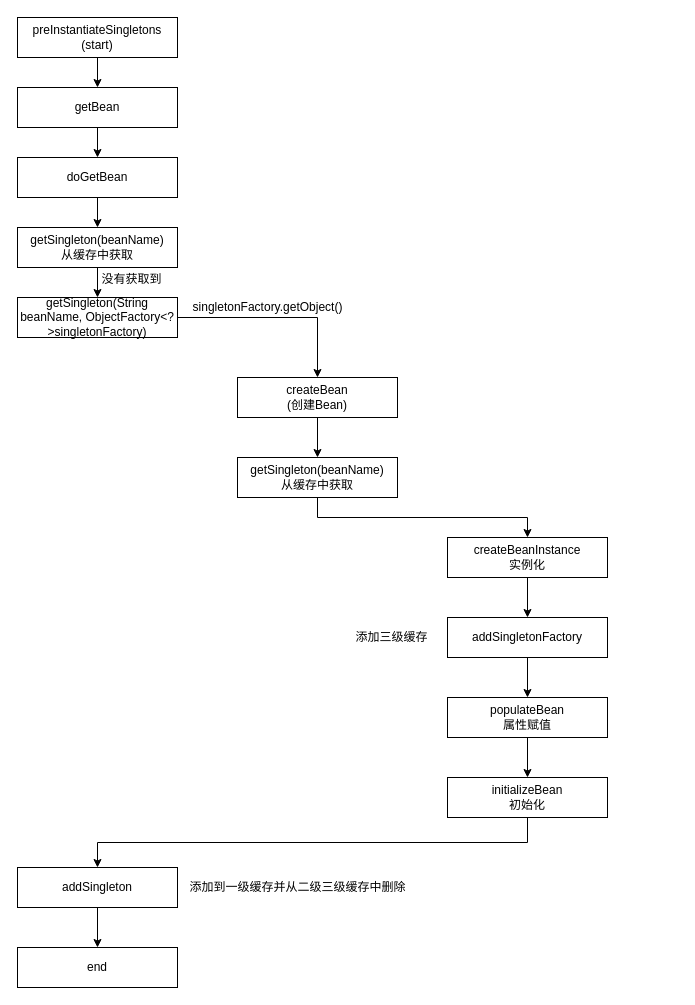
This is page "bean创建过程" (1 of 6) of spring三级缓存.drawio from BlueSodaWater/diagrams, a draw.io file, before an edit. Source tidied: cells renumbered, new cells numbered last; positions are measured from the earlier drawing's top-left corner, leaving out a move shared by most shapes. Both pictures are drawn from the tidied source at 100%, with x=0, y=0 at pixel (17, 17).
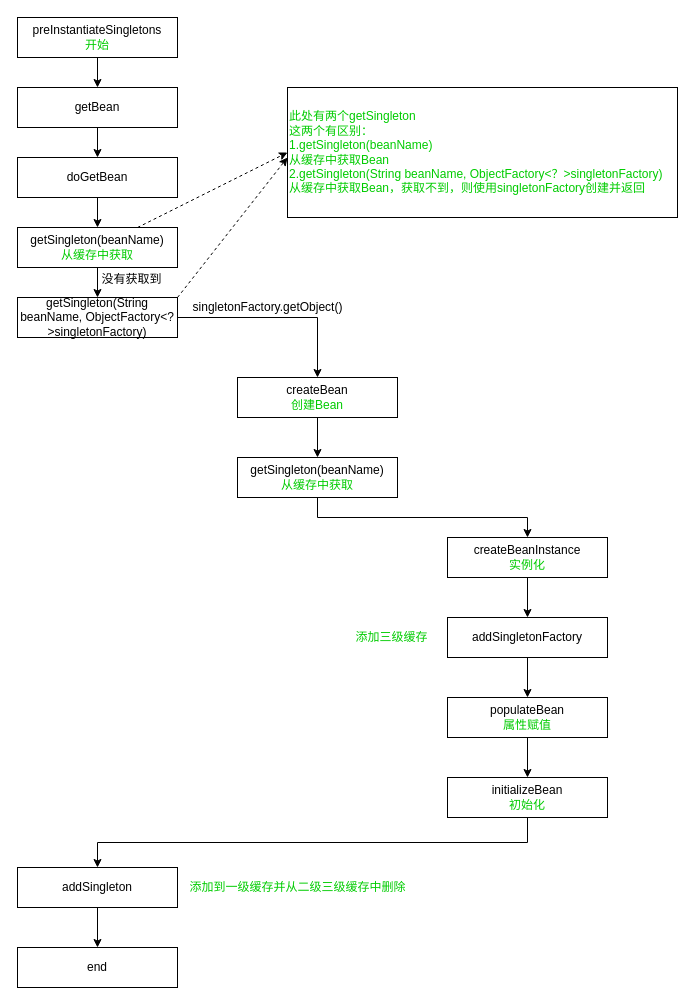
Above is the later version.

The change refers to these unchanged cells:
```xml
<mxCell id="11" value="getSingleton(String beanName, ObjectFactory&amp;lt;?&amp;gt;singletonFactory)" style="rounded=0;whiteSpace=wrap;html=1;" parent="1" vertex="1">
  <mxGeometry y="280" width="160" height="40" as="geometry" />
</mxCell>
```

Diff of the diagram source:
```diff
@@
-    <mxCell id="3" value="preInstantiateSingletons&lt;br&gt;(start)" style="rounded=0;whiteSpace=wrap;html=1;" parent="1" vertex="1">
+    <mxCell id="3" value="preInstantiateSingletons&lt;br&gt;&lt;font color=&quot;#00cc00&quot;&gt;开始&lt;/font&gt;" style="rounded=0;whiteSpace=wrap;html=1;" parent="1" vertex="1">
       <mxGeometry width="160" height="40" as="geometry" />
     </mxCell>
@@
+    <mxCell id="31" style="rounded=0;jettySize=auto;html=1;exitX=0.75;exitY=0;exitDx=0;exitDy=0;entryX=0;entryY=0.5;entryDx=0;entryDy=0;fontColor=#00CC00;dashed=1;" parent="1" edge="1" source="9" target="33">
+      <mxGeometry relative="1" as="geometry" />
+    </mxCell>
-    <mxCell id="9" value="getSingleton(beanName)&lt;br&gt;从缓存中获取" style="rounded=0;whiteSpace=wrap;html=1;" parent="1" vertex="1">
+    <mxCell id="9" value="getSingleton(beanName)&lt;br&gt;&lt;font color=&quot;#00cc00&quot;&gt;从缓存中获取&lt;/font&gt;" style="rounded=0;whiteSpace=wrap;html=1;" parent="1" vertex="1">
       <mxGeometry y="210" width="160" height="40" as="geometry" />
     </mxCell>
@@
+    <mxCell id="32" style="edgeStyle=none;rounded=0;jettySize=auto;html=1;exitX=1;exitY=0;exitDx=0;exitDy=0;fontColor=#00CC00;dashed=1;" parent="1" edge="1" source="11">
+      <mxGeometry relative="1" as="geometry">
+        <mxPoint x="270" y="140" as="targetPoint" />
+      </mxGeometry>
+    </mxCell>
@@
-    <mxCell id="14" value="createBean&lt;br&gt;(创建Bean)" style="rounded=0;whiteSpace=wrap;html=1;" parent="1" vertex="1">
+    <mxCell id="14" value="createBean&lt;br&gt;&lt;font color=&quot;#00cc00&quot;&gt;创建Bean&lt;/font&gt;" style="rounded=0;whiteSpace=wrap;html=1;" parent="1" vertex="1">
       <mxGeometry x="220" y="360" width="160" height="40" as="geometry" />
     </mxCell>
@@
-    <mxCell id="16" value="getSingleton(beanName)&lt;br&gt;从缓存中获取" style="rounded=0;whiteSpace=wrap;html=1;" parent="1" vertex="1">
+    <mxCell id="16" value="getSingleton(beanName)&lt;br&gt;&lt;font color=&quot;#00cc00&quot;&gt;从缓存中获取&lt;/font&gt;" style="rounded=0;whiteSpace=wrap;html=1;" parent="1" vertex="1">
       <mxGeometry x="220" y="440" width="160" height="40" as="geometry" />
     </mxCell>
@@
-    <mxCell id="18" value="createBeanInstance&lt;br&gt;实例化" style="rounded=0;whiteSpace=wrap;html=1;" parent="1" vertex="1">
+    <mxCell id="18" value="createBeanInstance&lt;br&gt;&lt;font color=&quot;#00cc00&quot;&gt;实例化&lt;/font&gt;" style="rounded=0;whiteSpace=wrap;html=1;" parent="1" vertex="1">
       <mxGeometry x="430" y="520" width="160" height="40" as="geometry" />
     </mxCell>
@@
-    <mxCell id="22" value="populateBean&lt;br&gt;属性赋值" style="rounded=0;whiteSpace=wrap;html=1;" parent="1" vertex="1">
+    <mxCell id="22" value="populateBean&lt;br&gt;&lt;font color=&quot;#00cc00&quot;&gt;属性赋值&lt;/font&gt;" style="rounded=0;whiteSpace=wrap;html=1;" parent="1" vertex="1">
       <mxGeometry x="430" y="680" width="160" height="40" as="geometry" />
     </mxCell>
@@
-    <mxCell id="24" value="initializeBean&lt;br&gt;初始化" style="rounded=0;whiteSpace=wrap;html=1;" parent="1" vertex="1">
+    <mxCell id="24" value="initializeBean&lt;br&gt;&lt;font color=&quot;#00cc00&quot;&gt;初始化&lt;/font&gt;" style="rounded=0;whiteSpace=wrap;html=1;" parent="1" vertex="1">
       <mxGeometry x="430" y="760" width="160" height="40" as="geometry" />
     </mxCell>
@@
-    <mxCell id="29" value="添加到一级缓存并从二级三级缓存中删除" style="text;html=1;align=center;verticalAlign=middle;strokeColor=none;fillColor=none;rounded=0;" parent="1" vertex="1">
+    <mxCell id="29" value="&lt;font color=&quot;#00cc00&quot;&gt;添加到一级缓存并从二级三级缓存中删除&lt;/font&gt;" style="text;html=1;align=center;verticalAlign=middle;strokeColor=none;fillColor=none;rounded=0;" parent="1" vertex="1">
       <mxGeometry x="165" y="860" width="230" height="20" as="geometry" />
     </mxCell>
-    <mxCell id="30" value="添加三级缓存" style="text;html=1;align=center;verticalAlign=middle;strokeColor=none;fillColor=none;rounded=0;" parent="1" vertex="1">
+    <mxCell id="30" value="&lt;font color=&quot;#00cc00&quot;&gt;添加三级缓存&lt;/font&gt;" style="text;html=1;align=center;verticalAlign=middle;strokeColor=none;fillColor=none;rounded=0;" parent="1" vertex="1">
       <mxGeometry x="329" y="610" width="90" height="20" as="geometry" />
     </mxCell>
+    <mxCell id="33" value="此处有两个getSingleton&lt;br&gt;这两个有区别：&lt;br&gt;1.&lt;span style=&quot;text-align: center&quot;&gt;g&lt;/span&gt;&lt;span style=&quot;text-align: center&quot;&gt;etSingleton(beanName)&lt;br&gt;从缓存中获取Bean&lt;br&gt;&lt;/span&gt;2.&lt;span style=&quot;text-align: center&quot;&gt;getSingleton(String beanName, ObjectFactory&amp;lt;？&amp;gt;singletonFactory)&lt;br&gt;&lt;/span&gt;从缓存中获取Bean，获取不到，则使用singletonFactory创建并返回&lt;br&gt;&lt;div&gt;&lt;/div&gt;" style="rounded=0;whiteSpace=wrap;html=1;fontColor=#00CC00;align=left;" parent="1" vertex="1">
+      <mxGeometry x="270" y="70" width="390" height="130" as="geometry" />
+    </mxCell>
```
